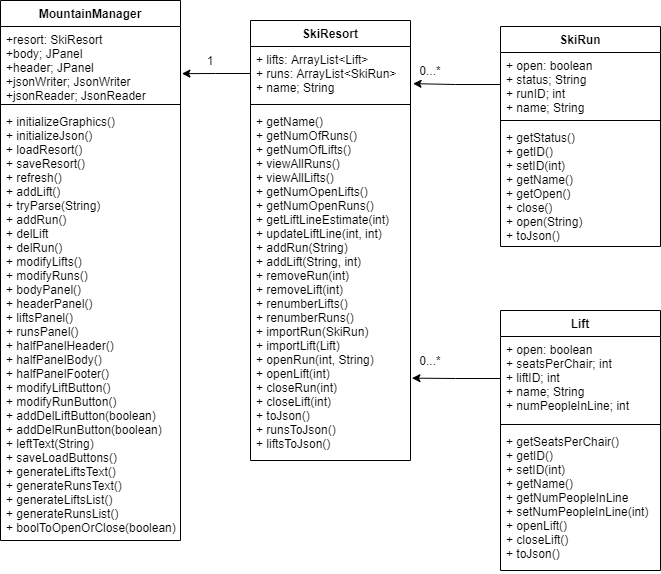
Earlier version of the draw.io export UML_Design_Diagram.png (alextdart/MountainManager). Source tidied: cells renumbered, new cells last; positions are measured from the earlier drawing's top-left corner, leaving out a move shared by most shapes. The source it was exported from:
```xml
<mxGraphModel>
  <root>
    <mxCell id="0" />
    <mxCell id="1" parent="0" />
    <mxCell id="2" value="MountainManager" style="swimlane;fontStyle=1;align=center;verticalAlign=top;horizontal=1;startSize=26;" parent="1" vertex="1">
      <mxGeometry width="180" height="540" as="geometry" />
    </mxCell>
    <mxCell id="3" value="+resort: SkiResort&#10;+body; JPanel&#10;+header; JPanel&#10;+jsonWriter; JsonWriter&#10;+jsonReader; JsonReader" style="text;strokeColor=none;fillColor=none;align=left;verticalAlign=top;spacingLeft=4;spacingRight=4;overflow=hidden;points=[[0,0.5],[1,0.5]];portConstraint=eastwest;" parent="2" vertex="1">
      <mxGeometry y="26" width="180" height="74" as="geometry" />
    </mxCell>
    <mxCell id="4" style="line;strokeWidth=1;fillColor=none;align=left;verticalAlign=middle;spacingTop=-1;spacingLeft=3;spacingRight=3;labelPosition=right;" parent="2" vertex="1">
      <mxGeometry y="100" width="180" height="8" as="geometry" />
    </mxCell>
    <mxCell id="5" value="+ initializeGraphics()&#10;+ initializeJson()&#10;+ loadResort()&#10;+ saveResort()&#10;+ refresh()&#10;+ addLift()&#10;+ tryParse(String)&#10;+ addRun()&#10;+ delLift&#10;+ delRun()&#10;+ modifyLifts()&#10;+ modifyRuns()&#10;+ bodyPanel()&#10;+ headerPanel()&#10;+ liftsPanel()&#10;+ runsPanel()&#10;+ halfPanelHeader()&#10;+ halfPanelBody()&#10;+ halfPanelFooter()&#10;+ modifyLiftButton()&#10;+ modifyRunButton()&#10;+ addDelLiftButton(boolean)&#10;+ addDelRunButton(boolean)&#10;+ leftText(String)&#10;+ saveLoadButtons()&#10;+ generateLiftsText()&#10;+ generateRunsText()&#10;+ generateLiftsList()&#10;+ generateRunsList()&#10;+ boolToOpenOrClose(boolean)" style="text;strokeColor=none;fillColor=none;align=left;verticalAlign=top;spacingLeft=4;spacingRight=4;overflow=hidden;" parent="2" vertex="1">
      <mxGeometry y="108" width="180" height="432" as="geometry" />
    </mxCell>
    <mxCell id="6" value="SkiResort" style="swimlane;fontStyle=1;align=center;verticalAlign=top;horizontal=1;startSize=26;" parent="1" vertex="1">
      <mxGeometry x="250" y="20" width="160" height="440" as="geometry" />
    </mxCell>
    <mxCell id="7" value="+ lifts: ArrayList&lt;Lift&gt;&#10;+ runs: ArrayList&lt;SkiRun&gt;&#10;+ name; String" style="text;strokeColor=none;fillColor=none;align=left;verticalAlign=top;spacingLeft=4;spacingRight=4;overflow=hidden;points=[[0,0.5],[1,0.5]];portConstraint=eastwest;" parent="6" vertex="1">
      <mxGeometry y="26" width="160" height="54" as="geometry" />
    </mxCell>
    <mxCell id="8" style="line;strokeWidth=1;fillColor=none;align=left;verticalAlign=middle;spacingTop=-1;spacingLeft=3;spacingRight=3;labelPosition=right;" parent="6" vertex="1">
      <mxGeometry y="80" width="160" height="8" as="geometry" />
    </mxCell>
    <mxCell id="9" value="+ getName()&#10;+ getNumOfRuns()&#10;+ getNumOfLifts()&#10;+ viewAllRuns()&#10;+ viewAllLifts()&#10;+ getNumOpenLifts()&#10;+ getNumOpenRuns()&#10;+ getLiftLineEstimate(int)&#10;+ updateLiftLine(int, int)&#10;+ addRun(String)&#10;+ addLift(String, int)&#10;+ removeRun(int)&#10;+ removeLift(int)&#10;+ renumberLifts()&#10;+ renumberRuns()&#10;+ importRun(SkiRun)&#10;+ importLift(Lift)&#10;+ openRun(int, String)&#10;+ openLift(int)&#10;+ closeRun(int)&#10;+ closeLift(int)&#10;+ toJson()&#10;+ runsToJson()&#10;+ liftsToJson()" style="text;strokeColor=none;fillColor=none;align=left;verticalAlign=top;spacingLeft=4;spacingRight=4;overflow=hidden;points=[[0,0.5],[1,0.5]];portConstraint=eastwest;" parent="6" vertex="1">
      <mxGeometry y="88" width="160" height="352" as="geometry" />
    </mxCell>
    <mxCell id="10" value="SkiRun" style="swimlane;fontStyle=1;align=center;verticalAlign=top;horizontal=1;startSize=26;" parent="1" vertex="1">
      <mxGeometry x="500" y="26" width="160" height="220" as="geometry" />
    </mxCell>
    <mxCell id="11" value="+ open: boolean&#10;+ status; String&#10;+ runID; int&#10;+ name; String" style="text;strokeColor=none;fillColor=none;align=left;verticalAlign=top;spacingLeft=4;spacingRight=4;overflow=hidden;points=[[0,0.5],[1,0.5]];portConstraint=eastwest;" parent="10" vertex="1">
      <mxGeometry y="26" width="160" height="64" as="geometry" />
    </mxCell>
    <mxCell id="12" style="line;strokeWidth=1;fillColor=none;align=left;verticalAlign=middle;spacingTop=-1;spacingLeft=3;spacingRight=3;labelPosition=right;" parent="10" vertex="1">
      <mxGeometry y="90" width="160" height="8" as="geometry" />
    </mxCell>
    <mxCell id="13" value="+ getStatus()&#10;+ getID()&#10;+ setID(int)&#10;+ getName()&#10;+ getOpen()&#10;+ close()&#10;+ open(String)&#10;+ toJson()" style="text;strokeColor=none;fillColor=none;align=left;verticalAlign=top;spacingLeft=4;spacingRight=4;overflow=hidden;" parent="10" vertex="1">
      <mxGeometry y="98" width="160" height="122" as="geometry" />
    </mxCell>
    <mxCell id="14" value="Lift" style="swimlane;fontStyle=1;align=center;verticalAlign=top;horizontal=1;startSize=26;" parent="1" vertex="1">
      <mxGeometry x="500" y="310" width="160" height="260" as="geometry" />
    </mxCell>
    <mxCell id="15" value="+ open: boolean&#10;+ seatsPerChair; int&#10;+ liftID; int&#10;+ name; String&#10;+ numPeopleInLine; int" style="text;strokeColor=none;fillColor=none;align=left;verticalAlign=top;spacingLeft=4;spacingRight=4;overflow=hidden;points=[[0,0.5],[1,0.5]];portConstraint=eastwest;" parent="14" vertex="1">
      <mxGeometry y="26" width="160" height="84" as="geometry" />
    </mxCell>
    <mxCell id="16" style="line;strokeWidth=1;fillColor=none;align=left;verticalAlign=middle;spacingTop=-1;spacingLeft=3;spacingRight=3;labelPosition=right;" parent="14" vertex="1">
      <mxGeometry y="110" width="160" height="8" as="geometry" />
    </mxCell>
    <mxCell id="17" value="+ getSeatsPerChair()&#10;+ getID()&#10;+ setID(int)&#10;+ getName()&#10;+ getNumPeopleInLine&#10;+ setNumPeopleInLine(int)&#10;+ openLift()&#10;+ closeLift()&#10;+ toJson()" style="text;strokeColor=none;fillColor=none;align=left;verticalAlign=top;spacingLeft=4;spacingRight=4;overflow=hidden;" parent="14" vertex="1">
      <mxGeometry y="118" width="160" height="142" as="geometry" />
    </mxCell>
    <mxCell id="18" style="edgeStyle=orthogonalEdgeStyle;rounded=0;jettySize=auto;html=1;exitX=0;exitY=0.5;exitDx=0;exitDy=0;entryX=1.008;entryY=0.637;entryDx=0;entryDy=0;entryPerimeter=0;" parent="1" edge="1" source="7" target="3">
      <mxGeometry relative="1" as="geometry" />
    </mxCell>
    <mxCell id="19" style="edgeStyle=orthogonalEdgeStyle;rounded=0;jettySize=auto;html=1;exitX=0;exitY=0.5;exitDx=0;exitDy=0;entryX=1.016;entryY=0.688;entryDx=0;entryDy=0;entryPerimeter=0;" parent="1" edge="1" source="11" target="7">
      <mxGeometry relative="1" as="geometry" />
    </mxCell>
    <mxCell id="20" style="edgeStyle=orthogonalEdgeStyle;rounded=0;jettySize=auto;html=1;exitX=0;exitY=0.5;exitDx=0;exitDy=0;entryX=1.009;entryY=0.766;entryDx=0;entryDy=0;entryPerimeter=0;" parent="1" edge="1" source="15" target="9">
      <mxGeometry relative="1" as="geometry" />
    </mxCell>
    <mxCell id="21" value="1" style="text;html=1;strokeColor=none;fillColor=none;align=center;verticalAlign=middle;whiteSpace=wrap;rounded=0;" parent="1" vertex="1">
      <mxGeometry x="190" y="50" width="40" height="20" as="geometry" />
    </mxCell>
    <mxCell id="22" value="0...*" style="text;html=1;strokeColor=none;fillColor=none;align=center;verticalAlign=middle;whiteSpace=wrap;rounded=0;" parent="1" vertex="1">
      <mxGeometry x="410" y="350" width="40" height="20" as="geometry" />
    </mxCell>
    <mxCell id="23" value="0...*" style="text;html=1;strokeColor=none;fillColor=none;align=center;verticalAlign=middle;whiteSpace=wrap;rounded=0;" parent="1" vertex="1">
      <mxGeometry x="410" y="60" width="40" height="20" as="geometry" />
    </mxCell>
  </root>
</mxGraphModel>
```
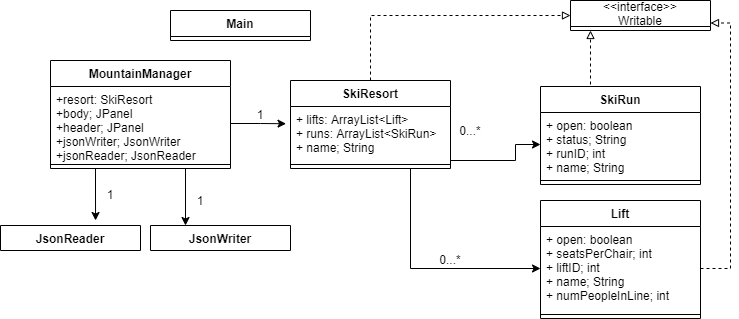
Above is the later version.

Commit message:
Phase 4: Task 3. Updated XML diagram.

Change to the diagram source:
```diff
@@ -2,8 +2,14 @@
   <root>
     <mxCell id="0" />
     <mxCell id="1" parent="0" />
+    <mxCell id="24" style="edgeStyle=orthogonalEdgeStyle;rounded=0;jettySize=auto;html=1;exitX=0.75;exitY=1;exitDx=0;exitDy=0;entryX=0.25;entryY=0;entryDx=0;entryDy=0;" parent="1" edge="1" source="2" target="32">
+      <mxGeometry relative="1" as="geometry" />
+    </mxCell>
+    <mxCell id="25" style="edgeStyle=orthogonalEdgeStyle;rounded=0;jettySize=auto;html=1;exitX=0.25;exitY=1;exitDx=0;exitDy=0;entryX=0.679;entryY=-0.2;entryDx=0;entryDy=0;entryPerimeter=0;" parent="1" edge="1" source="2" target="31">
+      <mxGeometry relative="1" as="geometry" />
+    </mxCell>
     <mxCell id="2" value="MountainManager" style="swimlane;fontStyle=1;align=center;verticalAlign=top;horizontal=1;startSize=26;" parent="1" vertex="1">
-      <mxGeometry width="180" height="540" as="geometry" />
+      <mxGeometry x="60" y="280" width="180" height="108" as="geometry" />
     </mxCell>
     <mxCell id="3" value="+resort: SkiResort&#10;+body; JPanel&#10;+header; JPanel&#10;+jsonWriter; JsonWriter&#10;+jsonReader; JsonReader" style="text;strokeColor=none;fillColor=none;align=left;verticalAlign=top;spacingLeft=4;spacingRight=4;overflow=hidden;points=[[0,0.5],[1,0.5]];portConstraint=eastwest;" parent="2" vertex="1">
       <mxGeometry y="26" width="180" height="74" as="geometry" />
@@ -11,11 +17,14 @@
     <mxCell id="4" style="line;strokeWidth=1;fillColor=none;align=left;verticalAlign=middle;spacingTop=-1;spacingLeft=3;spacingRight=3;labelPosition=right;" parent="2" vertex="1">
       <mxGeometry y="100" width="180" height="8" as="geometry" />
     </mxCell>
-    <mxCell id="5" value="+ initializeGraphics()&#10;+ initializeJson()&#10;+ loadResort()&#10;+ saveResort()&#10;+ refresh()&#10;+ addLift()&#10;+ tryParse(String)&#10;+ addRun()&#10;+ delLift&#10;+ delRun()&#10;+ modifyLifts()&#10;+ modifyRuns()&#10;+ bodyPanel()&#10;+ headerPanel()&#10;+ liftsPanel()&#10;+ runsPanel()&#10;+ halfPanelHeader()&#10;+ halfPanelBody()&#10;+ halfPanelFooter()&#10;+ modifyLiftButton()&#10;+ modifyRunButton()&#10;+ addDelLiftButton(boolean)&#10;+ addDelRunButton(boolean)&#10;+ leftText(String)&#10;+ saveLoadButtons()&#10;+ generateLiftsText()&#10;+ generateRunsText()&#10;+ generateLiftsList()&#10;+ generateRunsList()&#10;+ boolToOpenOrClose(boolean)" style="text;strokeColor=none;fillColor=none;align=left;verticalAlign=top;spacingLeft=4;spacingRight=4;overflow=hidden;" parent="2" vertex="1">
-      <mxGeometry y="108" width="180" height="432" as="geometry" />
-    </mxCell>
+    <mxCell id="26" style="edgeStyle=orthogonalEdgeStyle;rounded=0;jettySize=auto;html=1;exitX=0.75;exitY=1;exitDx=0;exitDy=0;entryX=0;entryY=0.5;entryDx=0;entryDy=0;" parent="1" edge="1" source="6" target="15">
+      <mxGeometry relative="1" as="geometry" />
+    </mxCell>
+    <mxCell id="27" style="edgeStyle=orthogonalEdgeStyle;rounded=0;jettySize=auto;html=1;exitX=0.5;exitY=0;exitDx=0;exitDy=0;entryX=0;entryY=0.5;entryDx=0;entryDy=0;dashed=1;endArrow=block;endFill=0;" parent="1" edge="1" source="6" target="36">
+      <mxGeometry relative="1" as="geometry" />
+    </mxCell>
     <mxCell id="6" value="SkiResort" style="swimlane;fontStyle=1;align=center;verticalAlign=top;horizontal=1;startSize=26;" parent="1" vertex="1">
-      <mxGeometry x="250" y="20" width="160" height="440" as="geometry" />
+      <mxGeometry x="300" y="300" width="160" height="88" as="geometry" />
     </mxCell>
     <mxCell id="7" value="+ lifts: ArrayList&lt;Lift&gt;&#10;+ runs: ArrayList&lt;SkiRun&gt;&#10;+ name; String" style="text;strokeColor=none;fillColor=none;align=left;verticalAlign=top;spacingLeft=4;spacingRight=4;overflow=hidden;points=[[0,0.5],[1,0.5]];portConstraint=eastwest;" parent="6" vertex="1">
       <mxGeometry y="26" width="160" height="54" as="geometry" />
@@ -23,11 +32,16 @@
     <mxCell id="8" style="line;strokeWidth=1;fillColor=none;align=left;verticalAlign=middle;spacingTop=-1;spacingLeft=3;spacingRight=3;labelPosition=right;" parent="6" vertex="1">
       <mxGeometry y="80" width="160" height="8" as="geometry" />
     </mxCell>
-    <mxCell id="9" value="+ getName()&#10;+ getNumOfRuns()&#10;+ getNumOfLifts()&#10;+ viewAllRuns()&#10;+ viewAllLifts()&#10;+ getNumOpenLifts()&#10;+ getNumOpenRuns()&#10;+ getLiftLineEstimate(int)&#10;+ updateLiftLine(int, int)&#10;+ addRun(String)&#10;+ addLift(String, int)&#10;+ removeRun(int)&#10;+ removeLift(int)&#10;+ renumberLifts()&#10;+ renumberRuns()&#10;+ importRun(SkiRun)&#10;+ importLift(Lift)&#10;+ openRun(int, String)&#10;+ openLift(int)&#10;+ closeRun(int)&#10;+ closeLift(int)&#10;+ toJson()&#10;+ runsToJson()&#10;+ liftsToJson()" style="text;strokeColor=none;fillColor=none;align=left;verticalAlign=top;spacingLeft=4;spacingRight=4;overflow=hidden;points=[[0,0.5],[1,0.5]];portConstraint=eastwest;" parent="6" vertex="1">
-      <mxGeometry y="88" width="160" height="352" as="geometry" />
-    </mxCell>
+    <mxCell id="28" style="edgeStyle=orthogonalEdgeStyle;rounded=0;jettySize=auto;html=1;exitX=0.25;exitY=0;exitDx=0;exitDy=0;dashed=1;endArrow=block;endFill=0;" parent="1" edge="1" source="10">
+      <mxGeometry relative="1" as="geometry">
+        <mxPoint x="600" y="250" as="targetPoint" />
+        <Array as="points">
+          <mxPoint x="600" y="306" />
+        </Array>
+      </mxGeometry>
+    </mxCell>
     <mxCell id="10" value="SkiRun" style="swimlane;fontStyle=1;align=center;verticalAlign=top;horizontal=1;startSize=26;" parent="1" vertex="1">
-      <mxGeometry x="500" y="26" width="160" height="220" as="geometry" />
+      <mxGeometry x="550" y="306" width="160" height="98" as="geometry" />
     </mxCell>
     <mxCell id="11" value="+ open: boolean&#10;+ status; String&#10;+ runID; int&#10;+ name; String" style="text;strokeColor=none;fillColor=none;align=left;verticalAlign=top;spacingLeft=4;spacingRight=4;overflow=hidden;points=[[0,0.5],[1,0.5]];portConstraint=eastwest;" parent="10" vertex="1">
       <mxGeometry y="26" width="160" height="64" as="geometry" />
@@ -35,11 +49,8 @@
     <mxCell id="12" style="line;strokeWidth=1;fillColor=none;align=left;verticalAlign=middle;spacingTop=-1;spacingLeft=3;spacingRight=3;labelPosition=right;" parent="10" vertex="1">
       <mxGeometry y="90" width="160" height="8" as="geometry" />
     </mxCell>
-    <mxCell id="13" value="+ getStatus()&#10;+ getID()&#10;+ setID(int)&#10;+ getName()&#10;+ getOpen()&#10;+ close()&#10;+ open(String)&#10;+ toJson()" style="text;strokeColor=none;fillColor=none;align=left;verticalAlign=top;spacingLeft=4;spacingRight=4;overflow=hidden;" parent="10" vertex="1">
-      <mxGeometry y="98" width="160" height="122" as="geometry" />
-    </mxCell>
     <mxCell id="14" value="Lift" style="swimlane;fontStyle=1;align=center;verticalAlign=top;horizontal=1;startSize=26;" parent="1" vertex="1">
-      <mxGeometry x="500" y="310" width="160" height="260" as="geometry" />
+      <mxGeometry x="550" y="420" width="160" height="118" as="geometry" />
     </mxCell>
     <mxCell id="15" value="+ open: boolean&#10;+ seatsPerChair; int&#10;+ liftID; int&#10;+ name; String&#10;+ numPeopleInLine; int" style="text;strokeColor=none;fillColor=none;align=left;verticalAlign=top;spacingLeft=4;spacingRight=4;overflow=hidden;points=[[0,0.5],[1,0.5]];portConstraint=eastwest;" parent="14" vertex="1">
       <mxGeometry y="26" width="160" height="84" as="geometry" />
@@ -47,26 +58,41 @@
     <mxCell id="16" style="line;strokeWidth=1;fillColor=none;align=left;verticalAlign=middle;spacingTop=-1;spacingLeft=3;spacingRight=3;labelPosition=right;" parent="14" vertex="1">
       <mxGeometry y="110" width="160" height="8" as="geometry" />
     </mxCell>
-    <mxCell id="17" value="+ getSeatsPerChair()&#10;+ getID()&#10;+ setID(int)&#10;+ getName()&#10;+ getNumPeopleInLine&#10;+ setNumPeopleInLine(int)&#10;+ openLift()&#10;+ closeLift()&#10;+ toJson()" style="text;strokeColor=none;fillColor=none;align=left;verticalAlign=top;spacingLeft=4;spacingRight=4;overflow=hidden;" parent="14" vertex="1">
-      <mxGeometry y="118" width="160" height="142" as="geometry" />
-    </mxCell>
-    <mxCell id="18" style="edgeStyle=orthogonalEdgeStyle;rounded=0;jettySize=auto;html=1;exitX=0;exitY=0.5;exitDx=0;exitDy=0;entryX=1.008;entryY=0.637;entryDx=0;entryDy=0;entryPerimeter=0;" parent="1" edge="1" source="7" target="3">
-      <mxGeometry relative="1" as="geometry" />
-    </mxCell>
-    <mxCell id="19" style="edgeStyle=orthogonalEdgeStyle;rounded=0;jettySize=auto;html=1;exitX=0;exitY=0.5;exitDx=0;exitDy=0;entryX=1.016;entryY=0.688;entryDx=0;entryDy=0;entryPerimeter=0;" parent="1" edge="1" source="11" target="7">
-      <mxGeometry relative="1" as="geometry" />
-    </mxCell>
-    <mxCell id="20" style="edgeStyle=orthogonalEdgeStyle;rounded=0;jettySize=auto;html=1;exitX=0;exitY=0.5;exitDx=0;exitDy=0;entryX=1.009;entryY=0.766;entryDx=0;entryDy=0;entryPerimeter=0;" parent="1" edge="1" source="15" target="9">
-      <mxGeometry relative="1" as="geometry" />
-    </mxCell>
     <mxCell id="21" value="1" style="text;html=1;strokeColor=none;fillColor=none;align=center;verticalAlign=middle;whiteSpace=wrap;rounded=0;" parent="1" vertex="1">
-      <mxGeometry x="190" y="50" width="40" height="20" as="geometry" />
+      <mxGeometry x="250" y="324" width="40" height="20" as="geometry" />
     </mxCell>
     <mxCell id="22" value="0...*" style="text;html=1;strokeColor=none;fillColor=none;align=center;verticalAlign=middle;whiteSpace=wrap;rounded=0;" parent="1" vertex="1">
-      <mxGeometry x="410" y="350" width="40" height="20" as="geometry" />
+      <mxGeometry x="440" y="469" width="40" height="20" as="geometry" />
     </mxCell>
+    <mxCell id="29" style="edgeStyle=orthogonalEdgeStyle;rounded=0;jettySize=auto;html=1;exitX=0;exitY=1;exitDx=0;exitDy=0;entryX=0;entryY=0.5;entryDx=0;entryDy=0;" parent="1" edge="1" source="23" target="11">
+      <mxGeometry relative="1" as="geometry" />
+    </mxCell>
     <mxCell id="23" value="0...*" style="text;html=1;strokeColor=none;fillColor=none;align=center;verticalAlign=middle;whiteSpace=wrap;rounded=0;" parent="1" vertex="1">
-      <mxGeometry x="410" y="60" width="40" height="20" as="geometry" />
+      <mxGeometry x="460" y="340" width="40" height="20" as="geometry" />
     </mxCell>
+    <mxCell id="30" value="Main" style="swimlane;fontStyle=1;horizontal=1;startSize=26;fillColor=none;" parent="1" vertex="1">
+      <mxGeometry x="180" y="230" width="140" height="30" as="geometry" />
+    </mxCell>
+    <mxCell id="31" value="JsonReader" style="swimlane;fontStyle=1;horizontal=1;startSize=26;fillColor=none;" parent="1" vertex="1">
+      <mxGeometry x="10" y="445" width="140" height="25" as="geometry" />
+    </mxCell>
+    <mxCell id="32" value="JsonWriter" style="swimlane;fontStyle=1;horizontal=1;startSize=26;fillColor=none;" parent="1" vertex="1">
+      <mxGeometry x="160" y="445" width="140" height="25" as="geometry" />
+    </mxCell>
+    <mxCell id="33" style="edgeStyle=orthogonalEdgeStyle;rounded=0;jettySize=auto;html=1;exitX=1;exitY=0.5;exitDx=0;exitDy=0;entryX=-0.028;entryY=0.319;entryDx=0;entryDy=0;entryPerimeter=0;" parent="1" edge="1" source="3" target="7">
+      <mxGeometry relative="1" as="geometry" />
+    </mxCell>
+    <mxCell id="34" value="1" style="text;html=1;strokeColor=none;fillColor=none;align=center;verticalAlign=middle;whiteSpace=wrap;rounded=0;" parent="1" vertex="1">
+      <mxGeometry x="190" y="410" width="40" height="20" as="geometry" />
+    </mxCell>
+    <mxCell id="35" value="1" style="text;html=1;strokeColor=none;fillColor=none;align=center;verticalAlign=middle;whiteSpace=wrap;rounded=0;" parent="1" vertex="1">
+      <mxGeometry x="100" y="404" width="40" height="20" as="geometry" />
+    </mxCell>
+    <mxCell id="36" value="&lt;&lt;interface&gt;&gt;&#10;Writable" style="swimlane;fontStyle=0;horizontal=1;startSize=26;fillColor=none;" parent="1" vertex="1">
+      <mxGeometry x="580" y="220" width="140" height="30" as="geometry" />
+    </mxCell>
+    <mxCell id="37" style="edgeStyle=orthogonalEdgeStyle;rounded=0;jettySize=auto;html=1;exitX=1;exitY=0.5;exitDx=0;exitDy=0;entryX=1;entryY=0.75;entryDx=0;entryDy=0;dashed=1;endArrow=block;endFill=0;" parent="1" edge="1" source="15" target="36">
+      <mxGeometry relative="1" as="geometry" />
+    </mxCell>
   </root>
 </mxGraphModel>
```
